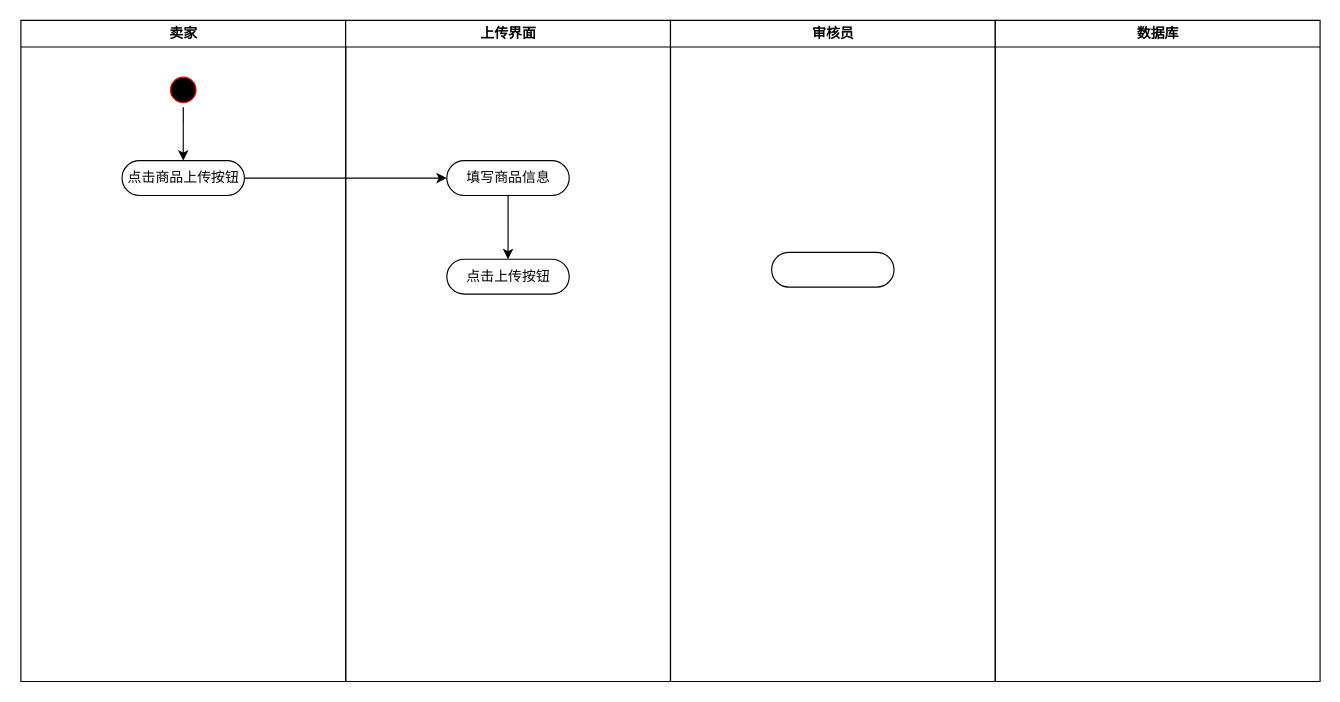
The draw.io diagram 商品上传活动图.drawio in 200928/image, before the edit. Source tidied: cells renumbered, new cells numbered last; positions are measured from the earlier drawing's top-left corner, leaving out a move shared by most shapes. Both pictures are drawn from the tidied source at 116%, with x=0, y=0 at pixel (20, 20).
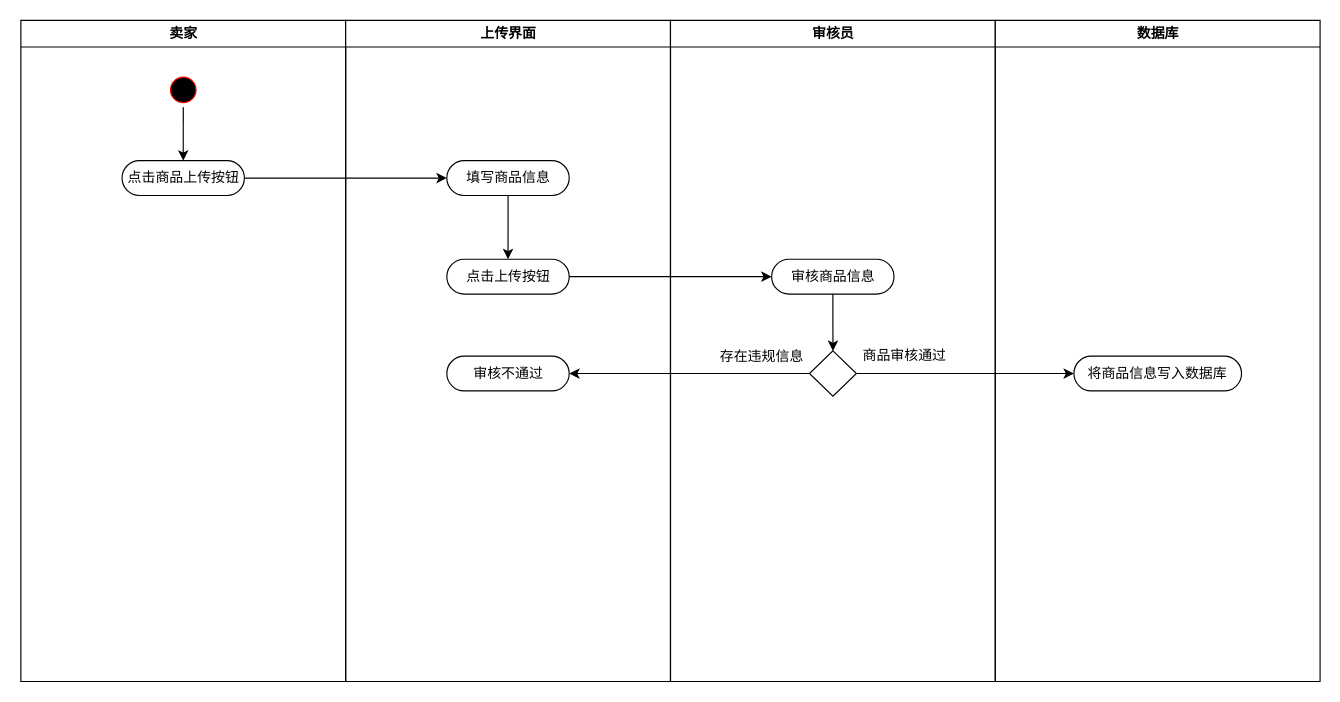
The same page after the edit.

Commit message (it also covers changes not shown here):
更新商品上传活动图.drawio

The change refers to these unchanged cells:
```xml
<mxCell id="6" value="上传界面" style="swimlane;whiteSpace=wrap;" parent="1" vertex="1">
  <mxGeometry x="280.5" width="280" height="570" as="geometry" />
</mxCell>
<mxCell id="9" value="点击上传按钮" style="rounded=1;whiteSpace=wrap;html=1;arcSize=50;" parent="6" vertex="1">
  <mxGeometry x="87.2" y="206" width="105.5" height="30" as="geometry" />
</mxCell>
<mxCell id="10" value="审核员" style="swimlane;whiteSpace=wrap;" parent="1" vertex="1">
  <mxGeometry x="560.5" width="280" height="570" as="geometry" />
</mxCell>
<mxCell id="12" value="数据库" style="swimlane;whiteSpace=wrap;" parent="1" vertex="1">
  <mxGeometry x="840.5" width="280" height="570" as="geometry" />
</mxCell>
```

Change to the diagram source:
```diff
@@
+    <mxCell id="14" value="审核不通过" style="rounded=1;whiteSpace=wrap;html=1;arcSize=50;" parent="6" vertex="1">
+      <mxGeometry x="87.2" y="289.5" width="105.5" height="30" as="geometry" />
+    </mxCell>
@@
+    <mxCell id="15" style="edgeStyle=orthogonalEdgeStyle;rounded=0;jettySize=auto;html=1;" parent="10" edge="1" source="11" target="16">
+      <mxGeometry relative="1" as="geometry" />
+    </mxCell>
-    <mxCell id="11" style="rounded=1;whiteSpace=wrap;html=1;arcSize=50;" parent="10" vertex="1">
-      <mxGeometry x="87.2" y="200" width="105.5" height="30" as="geometry" />
+    <mxCell id="11" value="审核商品信息" style="rounded=1;whiteSpace=wrap;html=1;arcSize=50;" parent="10" vertex="1">
+      <mxGeometry x="87.2" y="206" width="105.5" height="30" as="geometry" />
     </mxCell>
+    <mxCell id="16" style="rhombus;whiteSpace=wrap;html=1;" parent="10" vertex="1">
+      <mxGeometry x="119.8" y="285" width="40.5" height="39" as="geometry" />
+    </mxCell>
+    <mxCell id="17" value="商品审核通过" style="text;html=1;align=center;verticalAlign=middle;strokeColor=none;fillColor=none;" parent="10" vertex="1">
+      <mxGeometry x="160.2" y="280" width="82" height="18" as="geometry" />
+    </mxCell>
@@
+    <mxCell id="18" value="将商品信息写入数据库" style="rounded=1;whiteSpace=wrap;html=1;arcSize=50;" parent="12" vertex="1">
+      <mxGeometry x="67.8" y="289.5" width="144.5" height="30" as="geometry" />
+    </mxCell>
@@
+    <mxCell id="19" style="edgeStyle=orthogonalEdgeStyle;rounded=0;jettySize=auto;html=1;entryX=0;entryY=0.5;entryDx=0;entryDy=0;" parent="1" edge="1" source="9" target="11">
+      <mxGeometry relative="1" as="geometry" />
+    </mxCell>
+    <mxCell id="20" style="edgeStyle=orthogonalEdgeStyle;rounded=0;jettySize=auto;html=1;entryX=1;entryY=0.5;entryDx=0;entryDy=0;" parent="1" edge="1" source="16" target="14">
+      <mxGeometry relative="1" as="geometry" />
+    </mxCell>
+    <mxCell id="21" value="存在违规信息" style="text;html=1;align=center;verticalAlign=middle;strokeColor=none;fillColor=none;" parent="1" vertex="1">
+      <mxGeometry x="598" y="281" width="82" height="18" as="geometry" />
+    </mxCell>
+    <mxCell id="22" style="edgeStyle=orthogonalEdgeStyle;rounded=0;jettySize=auto;html=1;entryX=0;entryY=0.5;entryDx=0;entryDy=0;" parent="1" edge="1" source="16" target="18">
+      <mxGeometry relative="1" as="geometry" />
+    </mxCell>
```
